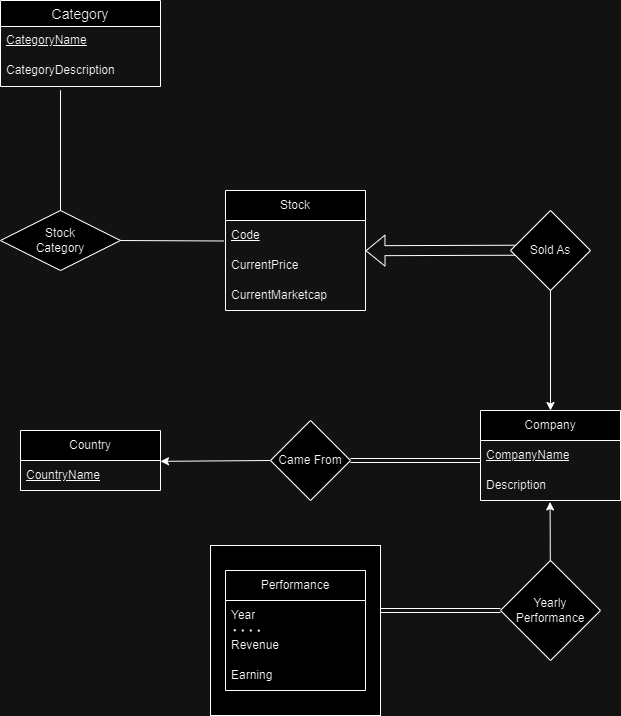
The draw.io diagram Data Storing/design/ERD.png in wargabasdat/Seleksi-2024-Tugas-1, before a commit. Source tidied: cells renumbered, new cells last; positions are measured from the earlier drawing's top-left corner, leaving out a move shared by most shapes.
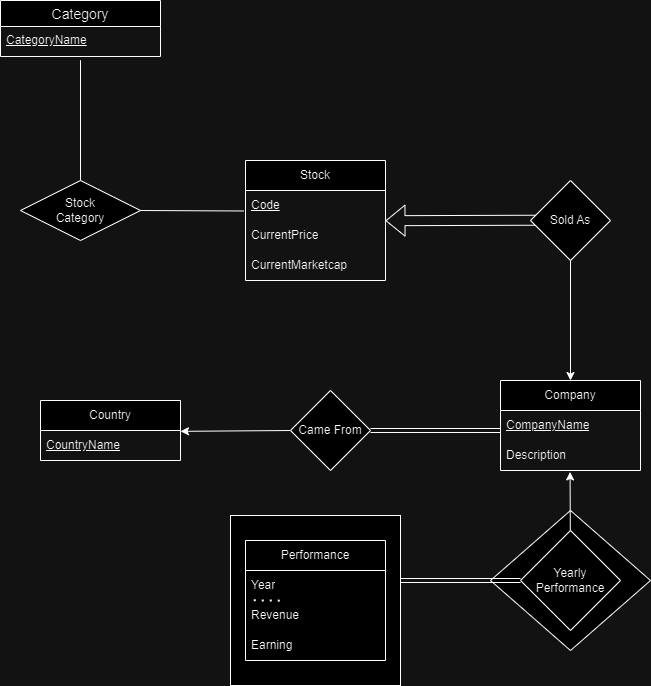
Later version of the same file.

Change to the diagram source:
```diff
@@ -2,6 +2,9 @@
   <root>
     <mxCell id="0" />
     <mxCell id="1" parent="0" />
+    <mxCell id="32" style="rhombus;whiteSpace=wrap;html=1;" parent="1" vertex="1">
+      <mxGeometry x="470" y="540" width="160" height="140" as="geometry" />
+    </mxCell>
     <mxCell id="2" style="whiteSpace=wrap;html=1;" parent="1" vertex="1">
       <mxGeometry x="210" y="545" width="170" height="170" as="geometry" />
     </mxCell>
@@ -71,19 +74,18 @@
       <mxGeometry relative="1" as="geometry" />
     </mxCell>
     <mxCell id="23" value="Category" style="swimlane;fontStyle=0;horizontal=1;startSize=26;align=center;fontSize=14;" parent="1" vertex="1">
-      <mxGeometry width="160" height="86" as="geometry" />
+      <mxGeometry x="-20" y="30" width="160" height="56" as="geometry" />
     </mxCell>
     <mxCell id="24" value="&lt;u&gt;CategoryName&lt;/u&gt;" style="text;strokeColor=none;fillColor=none;spacingLeft=4;spacingRight=4;overflow=hidden;fontSize=12;whiteSpace=wrap;html=1;" parent="23" vertex="1">
       <mxGeometry y="26" width="160" height="30" as="geometry" />
     </mxCell>
-    <mxCell id="25" value="CategoryDescription" style="text;strokeColor=none;fillColor=none;spacingLeft=4;spacingRight=4;overflow=hidden;points=[[0,0.5],[1,0.5]];portConstraint=eastwest;fontSize=12;whiteSpace=wrap;html=1;" parent="23" vertex="1">
-      <mxGeometry y="56" width="160" height="30" as="geometry" />
-    </mxCell>
     <mxCell id="26" value="Stock&lt;div&gt;Category&lt;/div&gt;" style="shape=rhombus;perimeter=rhombusPerimeter;whiteSpace=wrap;html=1;align=center;" parent="1" vertex="1">
       <mxGeometry y="210" width="120" height="60" as="geometry" />
     </mxCell>
-    <mxCell id="27" style="endArrow=none;html=1;rounded=0;exitX=0.5;exitY=0;exitDx=0;exitDy=0;entryX=0.375;entryY=1.124;entryDx=0;entryDy=0;entryPerimeter=0;" parent="1" edge="1" source="26" target="25">
-      <mxGeometry relative="1" as="geometry" />
+    <mxCell id="27" style="endArrow=none;html=1;rounded=0;exitX=0.5;exitY=0;exitDx=0;exitDy=0;entryX=0.375;entryY=1.124;entryDx=0;entryDy=0;entryPerimeter=0;" parent="1" edge="1" source="26">
+      <mxGeometry relative="1" as="geometry">
+        <mxPoint x="60" y="89.7" as="targetPoint" />
+      </mxGeometry>
     </mxCell>
     <mxCell id="28" style="endArrow=none;html=1;rounded=0;exitX=1;exitY=0.5;exitDx=0;exitDy=0;entryX=-0.011;entryY=0.683;entryDx=0;entryDy=0;entryPerimeter=0;" parent="1" edge="1" source="26" target="5">
       <mxGeometry relative="1" as="geometry" />
```
